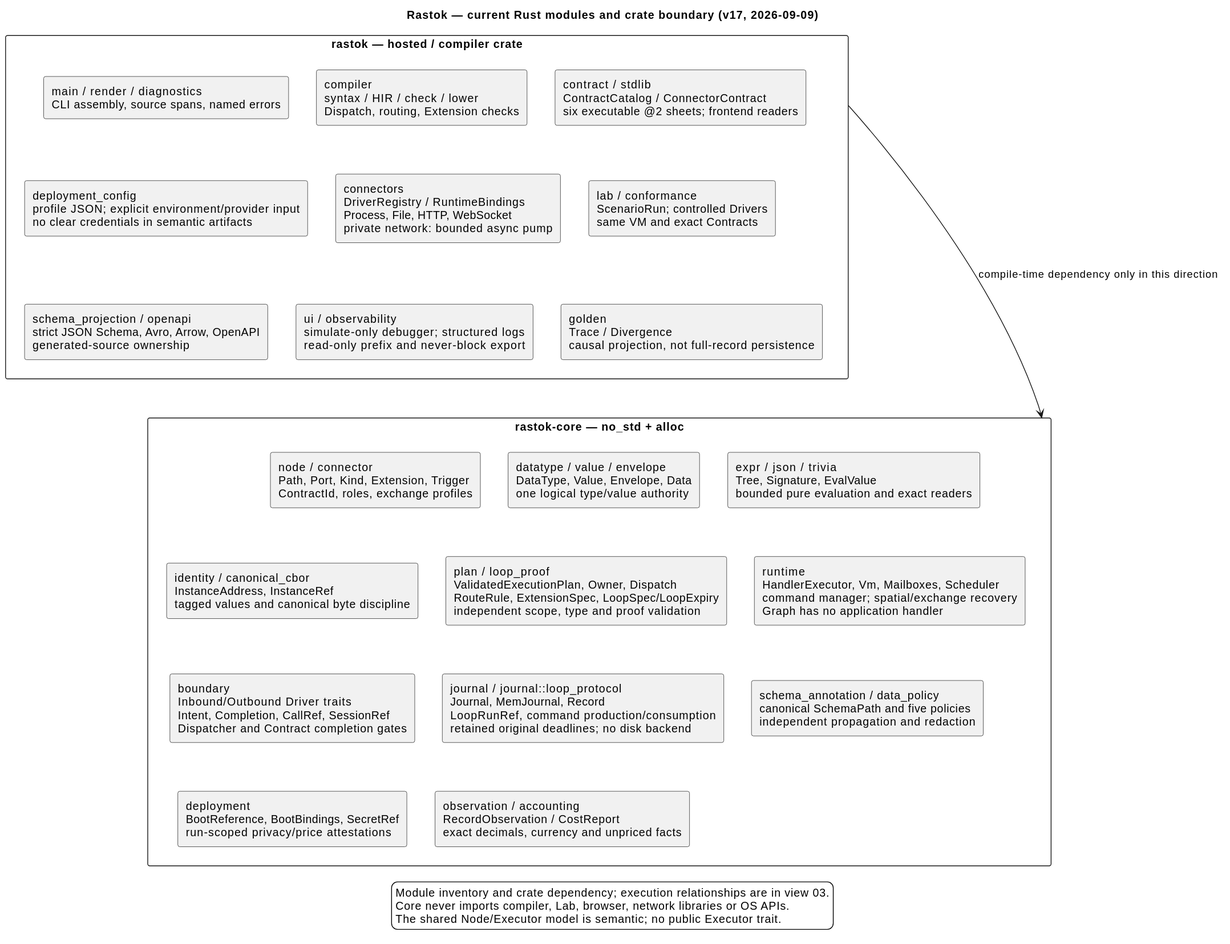
This is docs/architecture/06-rastok-modules-overview.svg from rastok-io/rastok, a PlantUML export, as it was before one commit.
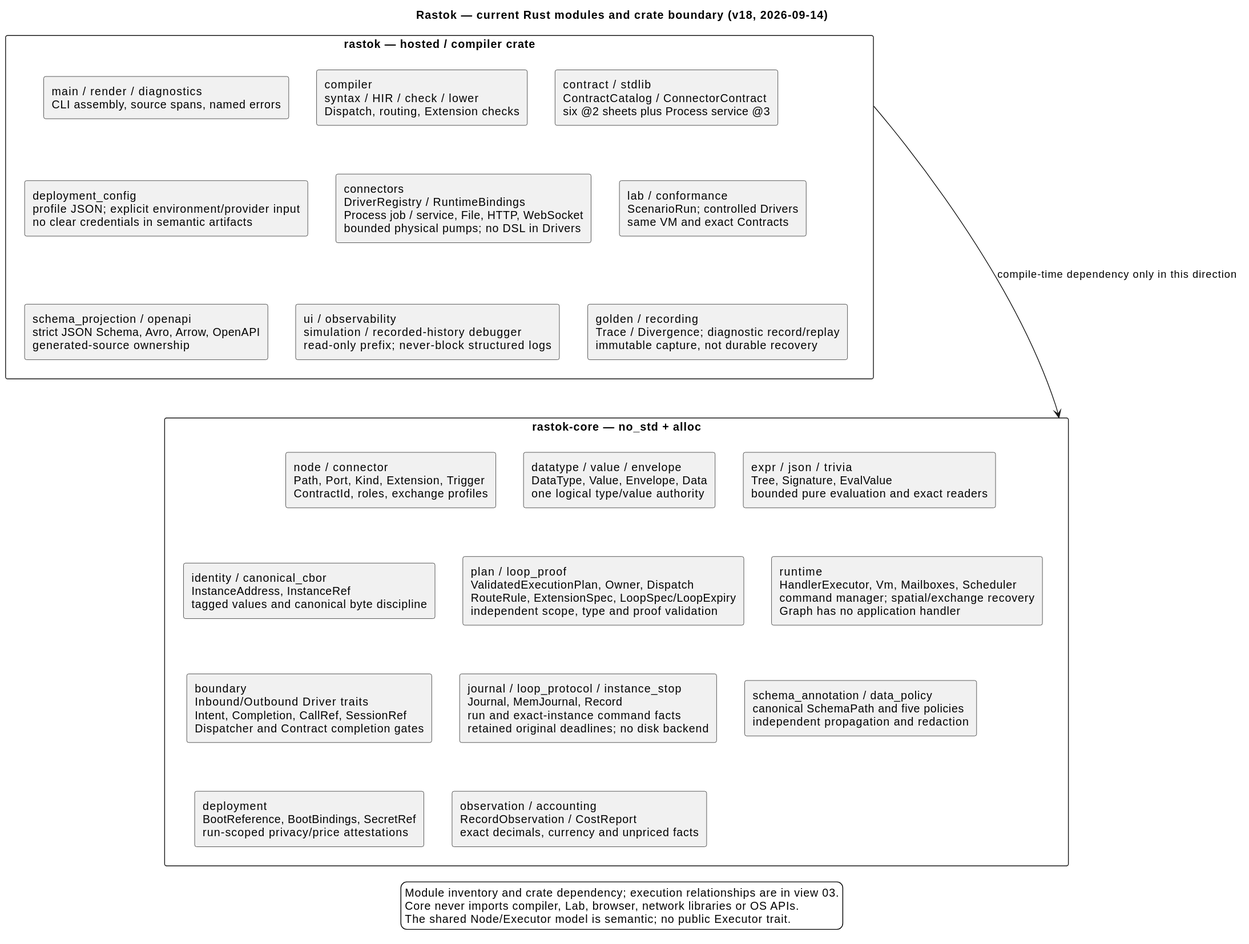
Above is the later version.

The edit, as a diff of the source:
```diff
@@ -3,18 +3,18 @@
 skinparam shadowing false
 skinparam packageStyle rectangle
 top to bottom direction
-title Rastok — current Rust modules and crate boundary (v17, 2026-09-09)
+title Rastok — current Rust modules and crate boundary (v18, 2026-09-14)
 
 package "rastok — hosted / compiler crate" as HOSTED {
   rectangle "main / render / diagnostics\nCLI assembly, source spans, named errors" as ENTRY
   rectangle "compiler\nsyntax / HIR / check / lower\nDispatch, routing, Extension checks" as COMP
-  rectangle "contract / stdlib\nContractCatalog / ConnectorContract\nsix executable @2 sheets; frontend readers" as CATALOG
+  rectangle "contract / stdlib\nContractCatalog / ConnectorContract\nsix @2 sheets plus Process service @3" as CATALOG
   rectangle "schema_projection / openapi\nstrict JSON Schema, Avro, Arrow, OpenAPI\ngenerated-source ownership" as SCHEMA
-  rectangle "connectors\nDriverRegistry / RuntimeBindings\nProcess, File, HTTP, WebSocket\nprivate network: bounded async pump" as DRIVERS
+  rectangle "connectors\nDriverRegistry / RuntimeBindings\nProcess job / service, File, HTTP, WebSocket\nbounded physical pumps; no DSL in Drivers" as DRIVERS
   rectangle "deployment_config\nprofile JSON; explicit environment/provider input\nno clear credentials in semantic artifacts" as CONFIG
   rectangle "lab / conformance\nScenarioRun; controlled Drivers\nsame VM and exact Contracts" as LAB
-  rectangle "ui / observability\nsimulate-only debugger; structured logs\nread-only prefix and never-block export" as UI
-  rectangle "golden\nTrace / Divergence\ncausal projection, not full-record persistence" as GOLDEN
+  rectangle "ui / observability\nsimulation / recorded-history debugger\nread-only prefix; never-block structured logs" as UI
+  rectangle "golden / recording\nTrace / Divergence; diagnostic record/replay\nimmutable capture, not durable recovery" as GOLDEN
 }
 
 package "rastok-core — no_std + alloc" as CORE {
@@ -25,7 +25,7 @@
   rectangle "plan / loop_proof\nValidatedExecutionPlan, Owner, Dispatch\nRouteRule, ExtensionSpec, LoopSpec/LoopExpiry\nindependent scope, type and proof validation" as PLAN
   rectangle "runtime\nHandlerExecutor, Vm, Mailboxes, Scheduler\ncommand manager; spatial/exchange recovery\nGraph has no application handler" as VM
   rectangle "boundary\nInbound/Outbound Driver traits\nIntent, Completion, CallRef, SessionRef\nDispatcher and Contract completion gates" as BOUNDARY
-  rectangle "journal / journal::loop_protocol\nJournal, MemJournal, Record\nLoopRunRef, command production/consumption\nretained original deadlines; no disk backend" as JOURNAL
+  rectangle "journal / loop_protocol / instance_stop\nJournal, MemJournal, Record\nrun and exact-instance command facts\nretained original deadlines; no disk backend" as JOURNAL
   rectangle "schema_annotation / data_policy\ncanonical SchemaPath and five policies\nindependent propagation and redaction" as POLICY
   rectangle "deployment\nBootReference, BootBindings, SecretRef\nrun-scoped privacy/price attestations" as DEPLOY
   rectangle "observation / accounting\nRecordObservation / CostReport\nexact decimals, currency and unpriced facts" as REPORT
```
